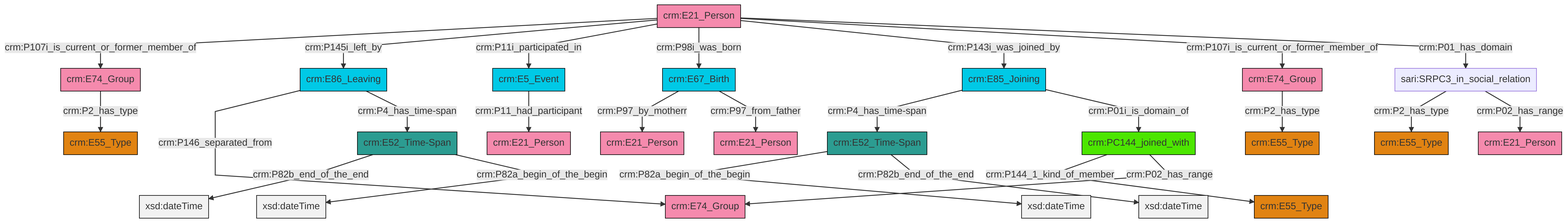
Above: et/personCSV/ttl/mmd/png/Person_Actor_Relations.png in swiss-art-research-net/reference-data-models (Mermaid), before the change. Its source is kept beside it as et/personCSV/ttl/mmd/Person_Actor_Relations.ttl.mmd.
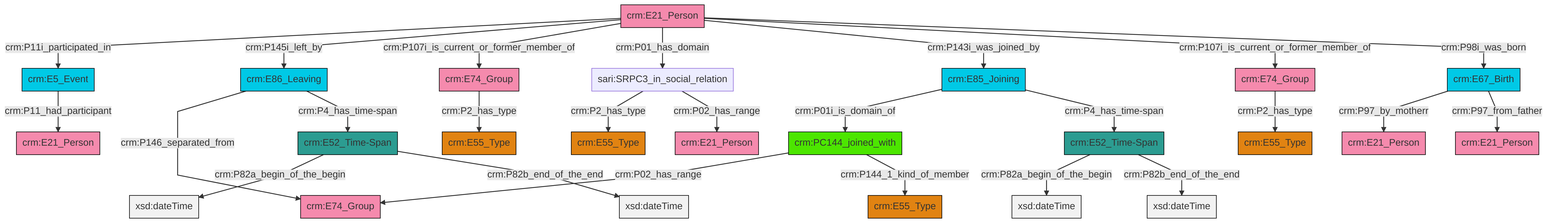
Above is the later version.

Change to the diagram source:
```diff
@@ -13,27 +13,27 @@
 classDef PC_Classes fill:#4ce600, stroke:#000000;
 classDef Multi fill:#cccccc,stroke:#000000;
 
-0["crm:E74_Group"]:::Actor -->|crm:P2_has_type| 1["crm:E55_Type"]:::Type
-4["crm:E85_Joining"]:::Temporal_Entity -->|crm:P4_has_time-span| 5["crm:E52_Time-Span"]:::Time-Span
-7["crm:E21_Person"]:::Actor -->|crm:P107i_is_current_or_former_member_of| 2["crm:E74_Group"]:::Actor
-7["crm:E21_Person"]:::Actor -->|crm:P145i_left_by| 8["crm:E86_Leaving"]:::Temporal_Entity
-13["crm:PC144_joined_with"]:::PC_Classes -->|crm:P144_1_kind_of_member| 14["crm:E55_Type"]:::Type
-8["crm:E86_Leaving"]:::Temporal_Entity -->|crm:P146_separated_from| 15["crm:E74_Group"]:::Actor
-16["crm:E52_Time-Span"]:::Time-Span -->|crm:P82b_end_of_the_end| 17[xsd:dateTime]:::Literal
-4["crm:E85_Joining"]:::Temporal_Entity -->|crm:P01i_is_domain_of| 13["crm:PC144_joined_with"]:::PC_Classes
-21["sari:SRPC3_in_social_relation"]:::Default -->|crm:P2_has_type| 19["crm:E55_Type"]:::Type
-7["crm:E21_Person"]:::Actor -->|crm:P11i_participated_in| 25["crm:E5_Event"]:::Temporal_Entity
-25["crm:E5_Event"]:::Temporal_Entity -->|crm:P11_had_participant| 26["crm:E21_Person"]:::Actor
-22["crm:E67_Birth"]:::Temporal_Entity -->|crm:P97_by_motherr| 27["crm:E21_Person"]:::Actor
-7["crm:E21_Person"]:::Actor -->|crm:P98i_was_born| 22["crm:E67_Birth"]:::Temporal_Entity
-16["crm:E52_Time-Span"]:::Time-Span -->|crm:P82a_begin_of_the_begin| 29[xsd:dateTime]:::Literal
-7["crm:E21_Person"]:::Actor -->|crm:P143i_was_joined_by| 4["crm:E85_Joining"]:::Temporal_Entity
-7["crm:E21_Person"]:::Actor -->|crm:P107i_is_current_or_former_member_of| 0["crm:E74_Group"]:::Actor
-22["crm:E67_Birth"]:::Temporal_Entity -->|crm:P97_from_father| 9["crm:E21_Person"]:::Actor
-13["crm:PC144_joined_with"]:::PC_Classes -->|crm:P02_has_range| 15["crm:E74_Group"]:::Actor
-21["sari:SRPC3_in_social_relation"]:::Default -->|crm:P02_has_range| 11["crm:E21_Person"]:::Actor
-5["crm:E52_Time-Span"]:::Time-Span -->|crm:P82a_begin_of_the_begin| 38[xsd:dateTime]:::Literal
-8["crm:E86_Leaving"]:::Temporal_Entity -->|crm:P4_has_time-span| 16["crm:E52_Time-Span"]:::Time-Span
-7["crm:E21_Person"]:::Actor -->|crm:P01_has_domain| 21["sari:SRPC3_in_social_relation"]:::Default
-2["crm:E74_Group"]:::Actor -->|crm:P2_has_type| 35["crm:E55_Type"]:::Type
-5["crm:E52_Time-Span"]:::Time-Span -->|crm:P82b_end_of_the_end| 45[xsd:dateTime]:::Literal
+2["crm:E74_Group"]:::Actor -->|crm:P2_has_type| 3["crm:E55_Type"]:::Type
+4["crm:E86_Leaving"]:::Temporal_Entity -->|crm:P146_separated_from| 5["crm:E74_Group"]:::Actor
+6["crm:PC144_joined_with"]:::PC_Classes -->|crm:P02_has_range| 5["crm:E74_Group"]:::Actor
+0["crm:E5_Event"]:::Temporal_Entity -->|crm:P11_had_participant| 7["crm:E21_Person"]:::Actor
+6["crm:PC144_joined_with"]:::PC_Classes -->|crm:P144_1_kind_of_member| 8["crm:E55_Type"]:::Type
+9["crm:E74_Group"]:::Actor -->|crm:P2_has_type| 10["crm:E55_Type"]:::Type
+12["crm:E21_Person"]:::Actor -->|crm:P11i_participated_in| 0["crm:E5_Event"]:::Temporal_Entity
+12["crm:E21_Person"]:::Actor -->|crm:P145i_left_by| 4["crm:E86_Leaving"]:::Temporal_Entity
+22["crm:E52_Time-Span"]:::Time-Span -->|crm:P82a_begin_of_the_begin| 23[xsd:dateTime]:::Literal
+24["crm:E85_Joining"]:::Temporal_Entity -->|crm:P01i_is_domain_of| 6["crm:PC144_joined_with"]:::PC_Classes
+25["crm:E52_Time-Span"]:::Time-Span -->|crm:P82a_begin_of_the_begin| 26[xsd:dateTime]:::Literal
+22["crm:E52_Time-Span"]:::Time-Span -->|crm:P82b_end_of_the_end| 29[xsd:dateTime]:::Literal
+15["crm:E67_Birth"]:::Temporal_Entity -->|crm:P97_by_motherr| 32["crm:E21_Person"]:::Actor
+33["sari:SRPC3_in_social_relation"]:::Default -->|crm:P2_has_type| 30["crm:E55_Type"]:::Type
+12["crm:E21_Person"]:::Actor -->|crm:P107i_is_current_or_former_member_of| 2["crm:E74_Group"]:::Actor
+24["crm:E85_Joining"]:::Temporal_Entity -->|crm:P4_has_time-span| 22["crm:E52_Time-Span"]:::Time-Span
+12["crm:E21_Person"]:::Actor -->|crm:P01_has_domain| 33["sari:SRPC3_in_social_relation"]:::Default
+12["crm:E21_Person"]:::Actor -->|crm:P143i_was_joined_by| 24["crm:E85_Joining"]:::Temporal_Entity
+25["crm:E52_Time-Span"]:::Time-Span -->|crm:P82b_end_of_the_end| 43[xsd:dateTime]:::Literal
+33["sari:SRPC3_in_social_relation"]:::Default -->|crm:P02_has_range| 19["crm:E21_Person"]:::Actor
+12["crm:E21_Person"]:::Actor -->|crm:P107i_is_current_or_former_member_of| 9["crm:E74_Group"]:::Actor
+4["crm:E86_Leaving"]:::Temporal_Entity -->|crm:P4_has_time-span| 25["crm:E52_Time-Span"]:::Time-Span
+12["crm:E21_Person"]:::Actor -->|crm:P98i_was_born| 15["crm:E67_Birth"]:::Temporal_Entity
+15["crm:E67_Birth"]:::Temporal_Entity -->|crm:P97_from_father| 39["crm:E21_Person"]:::Actor
```
